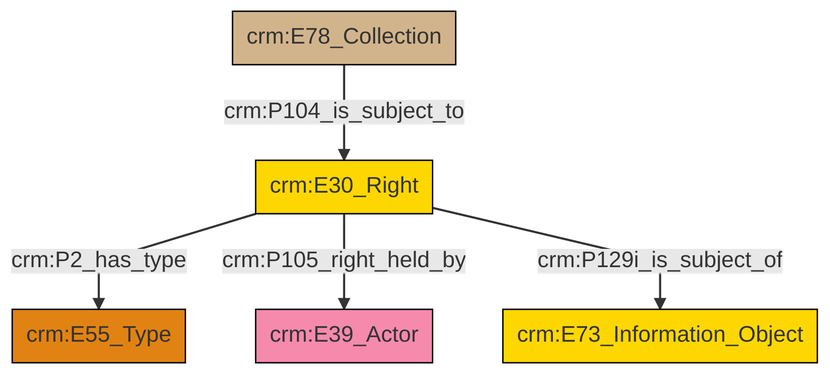
Above: et/archivalCSV/ttl/mmd/png/archival_rights.png in swiss-art-research-net/docs.swissartresearch (Mermaid), before the change. Its source is kept beside it as et/archivalCSV/ttl/mmd/archival_rights.ttl.mmd.
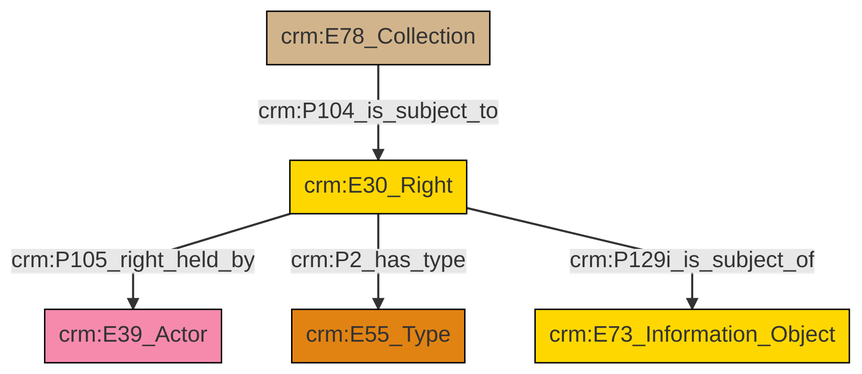
Later version of the same file.

The edit, as a diff of the source:
```diff
@@ -13,7 +13,7 @@
 classDef PC_Classes fill:#4ce600, stroke:#000000;
 classDef Multi fill:#cccccc,stroke:#000000;
 
-4["crm:E30_Right"]:::Conceptual_Object -->|crm:P2_has_type| 0["crm:E55_Type"]:::Type
-4["crm:E30_Right"]:::Conceptual_Object -->|crm:P105_right_held_by| 5["crm:E39_Actor"]:::Actor
+6["crm:E78_Collection"]:::Physical_Thing -->|crm:P104_is_subject_to| 4["crm:E30_Right"]:::Conceptual_Object
+4["crm:E30_Right"]:::Conceptual_Object -->|crm:P105_right_held_by| 0["crm:E39_Actor"]:::Actor
+4["crm:E30_Right"]:::Conceptual_Object -->|crm:P2_has_type| 2["crm:E55_Type"]:::Type
 4["crm:E30_Right"]:::Conceptual_Object -->|crm:P129i_is_subject_of| 7["crm:E73_Information_Object"]:::Conceptual_Object
-2["crm:E78_Collection"]:::Physical_Thing -->|crm:P104_is_subject_to| 4["crm:E30_Right"]:::Conceptual_Object
```
